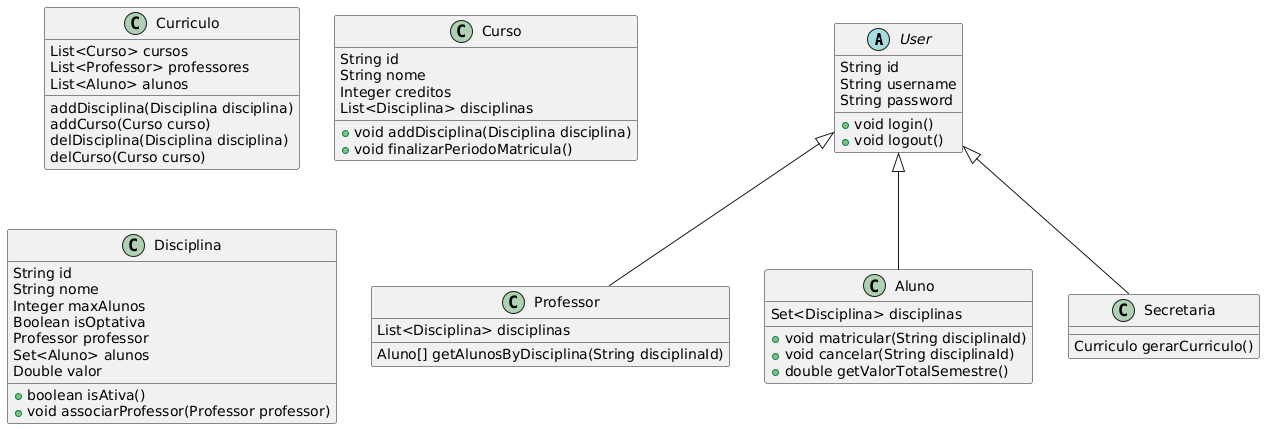
thevinilima/lds-sprint1 keeps this PlantUML diagram as project/img/Class.png. Above is the earlier version.
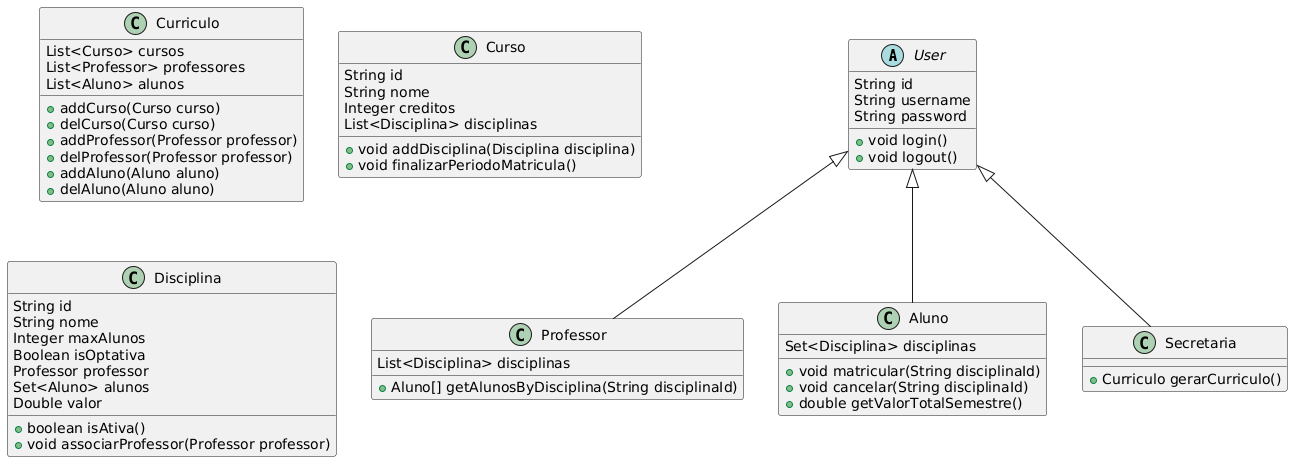
Above is the later version.

Commit message:
update class diagram

The edit, as a diff of the source:
```diff
@@ -11,22 +11,25 @@
 User : +void logout()
 
 Professor : List<Disciplina> disciplinas
-Professor : Aluno[] getAlunosByDisciplina(String disciplinaId)
+Professor : +Aluno[] getAlunosByDisciplina(String disciplinaId)
 
 Aluno : Set<Disciplina> disciplinas
 Aluno : +void matricular(String disciplinaId)
 Aluno : +void cancelar(String disciplinaId)
 Aluno : +double getValorTotalSemestre()
 
-Secretaria : Curriculo gerarCurriculo()
+Secretaria : +Curriculo gerarCurriculo()
 
 Curriculo : List<Curso> cursos
 Curriculo : List<Professor> professores
 Curriculo : List<Aluno> alunos
-Curriculo : addDisciplina(Disciplina disciplina)
-Curriculo : addCurso(Curso curso)
-Curriculo : delDisciplina(Disciplina disciplina)
-Curriculo : delCurso(Curso curso)
+Curriculo : +addCurso(Curso curso)
+Curriculo : +delCurso(Curso curso)
+Curriculo : +addProfessor(Professor professor)
+Curriculo : +delProfessor(Professor professor)
+Curriculo : +addAluno(Aluno aluno)
+Curriculo : +delAluno(Aluno aluno)
+
 
 Curso : String id
 Curso : String nome
```
